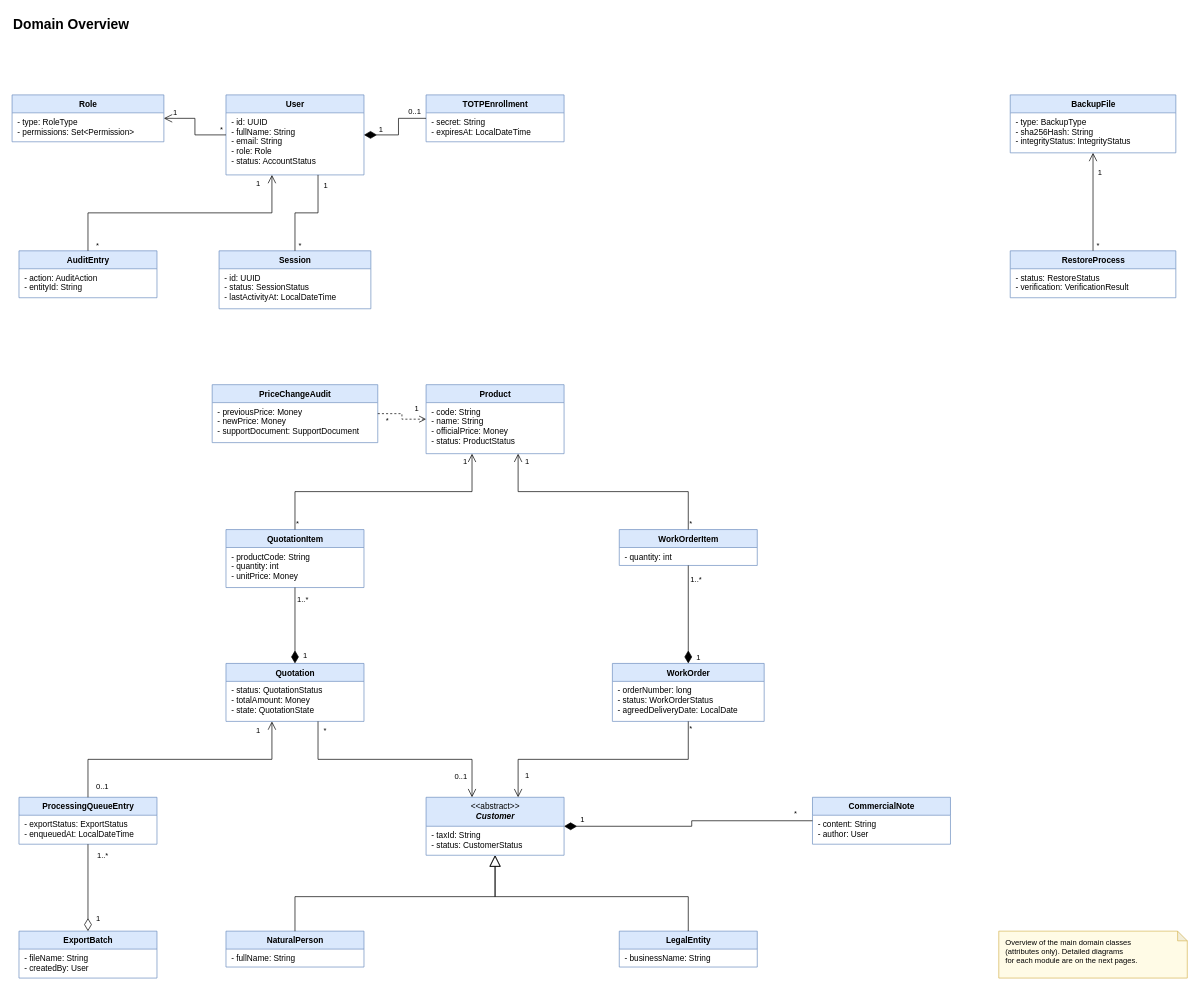
Before: page "0 - Domain Overview" (1 of 12) of Workshops/Workshop-2/Class Diagram/UML_Class_Diagrams_Testigos_de_Meluk.drawio in Testigos-de-Meluk/Integrated-Management-System-for-School-Industries, a draw.io diagram. Source tidied: cells renumbered, new cells numbered last; positions are measured from the earlier drawing's top-left corner, leaving out a move shared by most shapes. Both pictures are drawn from the tidied source at 69%, with x=0, y=0 at pixel (12, 12).
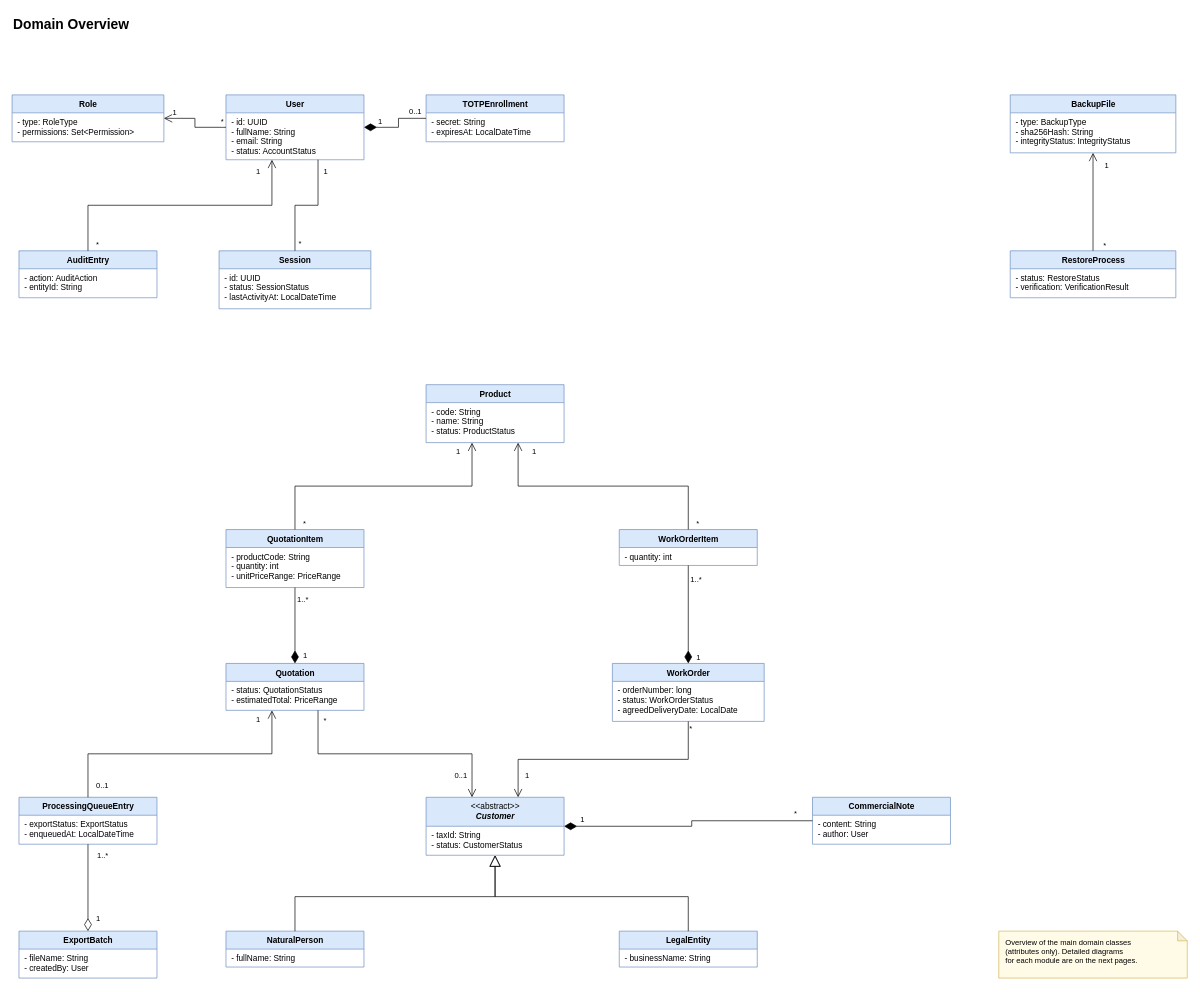
After the change.

Unchanged cells that the change refers to:
```xml
<mxCell id="21" value="&lt;b&gt;QuotationItem&lt;/b&gt;" style="swimlane;fontStyle=0;align=center;verticalAlign=top;horizontal=1;startSize=26;html=1;fillColor=#dae8fc;strokeColor=#6c8ebf;swimlaneFillColor=#ffffff;" parent="1" vertex="1">
  <mxGeometry x="310" y="750" width="200" height="84" as="geometry" />
</mxCell>
<mxCell id="51" style="edgeStyle=orthogonalEdgeStyle;rounded=0;jettySize=auto;html=1;exitX=0.500;exitY=0.000;exitDx=0;exitDy=0;entryX=0.333;entryY=1.000;entryDx=0;entryDy=0;endArrow=open;endSize=10;endFill=0;" parent="1" edge="1" source="11" target="5">
  <mxGeometry relative="1" as="geometry" />
</mxCell>
<mxCell id="54" style="edgeStyle=orthogonalEdgeStyle;rounded=0;jettySize=auto;html=1;exitX=0.500;exitY=0.000;exitDx=0;exitDy=0;entryX=0.500;entryY=1.000;entryDx=0;entryDy=0;endArrow=open;endSize=10;endFill=0;" parent="1" edge="1" source="15" target="9">
  <mxGeometry relative="1" as="geometry" />
</mxCell>
<mxCell id="64" style="edgeStyle=orthogonalEdgeStyle;rounded=0;jettySize=auto;html=1;exitX=0.500;exitY=0.000;exitDx=0;exitDy=0;entryX=0.333;entryY=1.000;entryDx=0;entryDy=0;endArrow=open;endSize=10;endFill=0;" parent="1" edge="1" source="21" target="19">
  <mxGeometry relative="1" as="geometry" />
</mxCell>
<mxCell id="69" style="edgeStyle=orthogonalEdgeStyle;rounded=0;jettySize=auto;html=1;exitX=0.500;exitY=0.000;exitDx=0;exitDy=0;entryX=0.667;entryY=1.000;entryDx=0;entryDy=0;endArrow=open;endSize=10;endFill=0;" parent="1" edge="1" source="23" target="19">
  <mxGeometry relative="1" as="geometry" />
</mxCell>
```

Diff of the diagram source:
```diff
@@
     <mxCell id="5" value="&lt;b&gt;User&lt;/b&gt;" style="swimlane;fontStyle=0;align=center;verticalAlign=top;horizontal=1;startSize=26;html=1;fillColor=#dae8fc;strokeColor=#6c8ebf;swimlaneFillColor=#ffffff;" parent="1" vertex="1">
-      <mxGeometry x="310" y="120" width="200" height="116" as="geometry" />
+      <mxGeometry x="310" y="120" width="200" height="94" as="geometry" />
     </mxCell>
-    <mxCell id="6" value="- id: UUID&#10;- fullName: String&#10;- email: String&#10;- role: Role&#10;- status: AccountStatus" style="text;strokeColor=none;fillColor=none;align=left;verticalAlign=top;spacingLeft=6;spacingRight=4;overflow=hidden;whiteSpace=nowrap;" parent="5" vertex="1">
-      <mxGeometry y="26" width="200" height="90" as="geometry" />
+    <mxCell id="6" value="- id: UUID&#10;- fullName: String&#10;- email: String&#10;- status: AccountStatus" style="text;strokeColor=none;fillColor=none;align=left;verticalAlign=top;spacingLeft=6;spacingRight=4;overflow=hidden;whiteSpace=nowrap;" parent="5" vertex="1">
+      <mxGeometry y="26" width="200" height="68" as="geometry" />
     </mxCell>
@@
-    <mxCell id="17" value="&lt;b&gt;PriceChangeAudit&lt;/b&gt;" style="swimlane;fontStyle=0;align=center;verticalAlign=top;horizontal=1;startSize=26;html=1;fillColor=#dae8fc;strokeColor=#6c8ebf;swimlaneFillColor=#ffffff;" parent="1" vertex="1">
-      <mxGeometry x="290" y="540" width="240" height="84" as="geometry" />
-    </mxCell>
-    <mxCell id="18" value="- previousPrice: Money&#10;- newPrice: Money&#10;- supportDocument: SupportDocument" style="text;strokeColor=none;fillColor=none;align=left;verticalAlign=top;spacingLeft=6;spacingRight=4;overflow=hidden;whiteSpace=nowrap;" parent="17" vertex="1">
-      <mxGeometry y="26" width="240" height="58" as="geometry" />
-    </mxCell>
     <mxCell id="19" value="&lt;b&gt;Product&lt;/b&gt;" style="swimlane;fontStyle=0;align=center;verticalAlign=top;horizontal=1;startSize=26;html=1;fillColor=#dae8fc;strokeColor=#6c8ebf;swimlaneFillColor=#ffffff;" parent="1" vertex="1">
-      <mxGeometry x="600" y="540" width="200" height="100" as="geometry" />
+      <mxGeometry x="600" y="540" width="200" height="84" as="geometry" />
     </mxCell>
-    <mxCell id="20" value="- code: String&#10;- name: String&#10;- officialPrice: Money&#10;- status: ProductStatus" style="text;strokeColor=none;fillColor=none;align=left;verticalAlign=top;spacingLeft=6;spacingRight=4;overflow=hidden;whiteSpace=nowrap;" parent="19" vertex="1">
-      <mxGeometry y="26" width="200" height="74" as="geometry" />
+    <mxCell id="20" value="- code: String&#10;- name: String&#10;- status: ProductStatus" style="text;strokeColor=none;fillColor=none;align=left;verticalAlign=top;spacingLeft=6;spacingRight=4;overflow=hidden;whiteSpace=nowrap;" parent="19" vertex="1">
+      <mxGeometry y="26" width="200" height="58" as="geometry" />
     </mxCell>
@@
-    <mxCell id="22" value="- productCode: String&#10;- quantity: int&#10;- unitPrice: Money" style="text;strokeColor=none;fillColor=none;align=left;verticalAlign=top;spacingLeft=6;spacingRight=4;overflow=hidden;whiteSpace=nowrap;" parent="21" vertex="1">
+    <mxCell id="22" value="- productCode: String&#10;- quantity: int&#10;- unitPriceRange: PriceRange" style="text;strokeColor=none;fillColor=none;align=left;verticalAlign=top;spacingLeft=6;spacingRight=4;overflow=hidden;whiteSpace=nowrap;" parent="21" vertex="1">
       <mxGeometry y="26" width="200" height="58" as="geometry" />
     </mxCell>
@@
     <mxCell id="25" value="&lt;b&gt;Quotation&lt;/b&gt;" style="swimlane;fontStyle=0;align=center;verticalAlign=top;horizontal=1;startSize=26;html=1;fillColor=#dae8fc;strokeColor=#6c8ebf;swimlaneFillColor=#ffffff;" parent="1" vertex="1">
-      <mxGeometry x="310" y="944" width="200" height="84" as="geometry" />
+      <mxGeometry x="310" y="944" width="200" height="68" as="geometry" />
     </mxCell>
-    <mxCell id="26" value="- status: QuotationStatus&#10;- totalAmount: Money&#10;- state: QuotationState" style="text;strokeColor=none;fillColor=none;align=left;verticalAlign=top;spacingLeft=6;spacingRight=4;overflow=hidden;whiteSpace=nowrap;" parent="25" vertex="1">
-      <mxGeometry y="26" width="200" height="58" as="geometry" />
+    <mxCell id="26" value="- status: QuotationStatus&#10;- estimatedTotal: PriceRange" style="text;strokeColor=none;fillColor=none;align=left;verticalAlign=top;spacingLeft=6;spacingRight=4;overflow=hidden;whiteSpace=nowrap;" parent="25" vertex="1">
+      <mxGeometry y="26" width="200" height="42" as="geometry" />
     </mxCell>
@@
     <mxCell id="53" value="1" style="edgeLabel;html=1;align=right;verticalAlign=bottom;fontSize=11;" parent="51" vertex="1">
       <mxGeometry x="0.88" relative="1" as="geometry">
-        <mxPoint x="-17" y="-2" as="offset" />
+        <mxPoint x="-17" y="1" as="offset" />
       </mxGeometry>
     </mxCell>
@@
     <mxCell id="55" value="1" style="edgeLabel;html=1;align=right;verticalAlign=bottom;fontSize=11;" parent="54" vertex="1">
       <mxGeometry x="0.88" relative="1" as="geometry">
-        <mxPoint x="13" y="27" as="offset" />
+        <mxPoint x="23" y="17" as="offset" />
       </mxGeometry>
     </mxCell>
     <mxCell id="56" value="*" style="edgeLabel;html=1;align=left;verticalAlign=bottom;fontSize=11;" parent="54" vertex="1">
       <mxGeometry x="-0.88" relative="1" as="geometry">
-        <mxPoint x="3" y="9" as="offset" />
+        <mxPoint x="13" y="9" as="offset" />
       </mxGeometry>
     </mxCell>
-    <mxCell id="57" style="edgeStyle=orthogonalEdgeStyle;rounded=0;jettySize=auto;html=1;exitX=1.000;exitY=0.500;exitDx=0;exitDy=0;entryX=0.000;entryY=0.500;entryDx=0;entryDy=0;endArrow=open;endSize=8;endFill=0;dashed=1;" parent="1" edge="1" source="17" target="19">
-      <mxGeometry relative="1" as="geometry" />
-    </mxCell>
@@
     <mxCell id="65" value="*" style="edgeLabel;html=1;align=left;verticalAlign=bottom;fontSize=11;" parent="64" vertex="1">
       <mxGeometry x="-0.88" relative="1" as="geometry">
-        <mxPoint y="22" as="offset" />
+        <mxPoint x="10" y="22" as="offset" />
       </mxGeometry>
     </mxCell>
     <mxCell id="66" value="1" style="edgeLabel;html=1;align=right;verticalAlign=bottom;fontSize=11;" parent="64" vertex="1">
       <mxGeometry x="0.88" relative="1" as="geometry">
-        <mxPoint x="-7" y="-2" as="offset" />
+        <mxPoint x="-17" y="-2" as="offset" />
       </mxGeometry>
     </mxCell>
-    <mxCell id="67" value="1" style="edgeLabel;html=1;align=right;verticalAlign=bottom;fontSize=11;" parent="64" vertex="1">
-      <mxGeometry x="0.88" relative="1" as="geometry">
-        <mxPoint x="-77" y="-80" as="offset" />
-      </mxGeometry>
-    </mxCell>
-    <mxCell id="68" value="*" style="edgeLabel;html=1;align=left;verticalAlign=bottom;fontSize=11;" parent="64" vertex="1">
-      <mxGeometry x="-0.88" relative="1" as="geometry">
-        <mxPoint x="130" y="-128" as="offset" />
-      </mxGeometry>
-    </mxCell>
@@
     <mxCell id="70" value="*" style="edgeLabel;html=1;align=left;verticalAlign=bottom;fontSize=11;" parent="69" vertex="1">
       <mxGeometry x="-0.88" relative="1" as="geometry">
-        <mxPoint y="21" as="offset" />
+        <mxPoint x="10" y="22" as="offset" />
       </mxGeometry>
     </mxCell>
     <mxCell id="71" value="1" style="edgeLabel;html=1;align=right;verticalAlign=bottom;fontSize=11;" parent="69" vertex="1">
       <mxGeometry x="0.88" relative="1" as="geometry">
-        <mxPoint x="17" y="-2" as="offset" />
+        <mxPoint x="27" y="-2" as="offset" />
       </mxGeometry>
     </mxCell>
```
